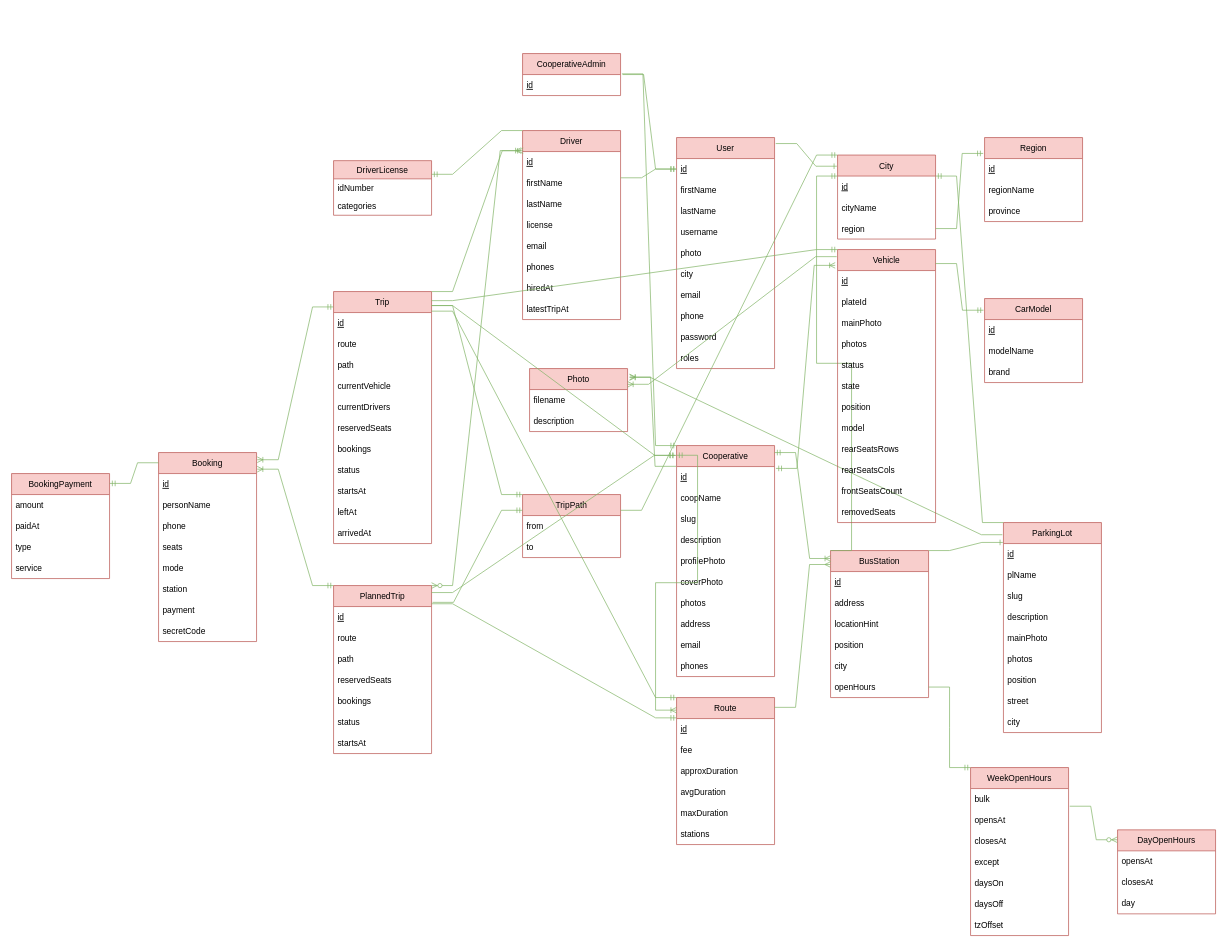
Before: page "Entity-Relation diagram" (1 of 2) of diagrams/zaha-dia.drawio in Grand-projet-INFO4/graphql-api-nestjs-apollo-mongoose-mongodb, a draw.io diagram. Source tidied: cells renumbered, new cells numbered last; positions are measured from the earlier drawing's top-left corner, leaving out a move shared by most shapes. Both pictures are drawn from the tidied source at 70%, with x=0, y=0 at pixel (11, 53).
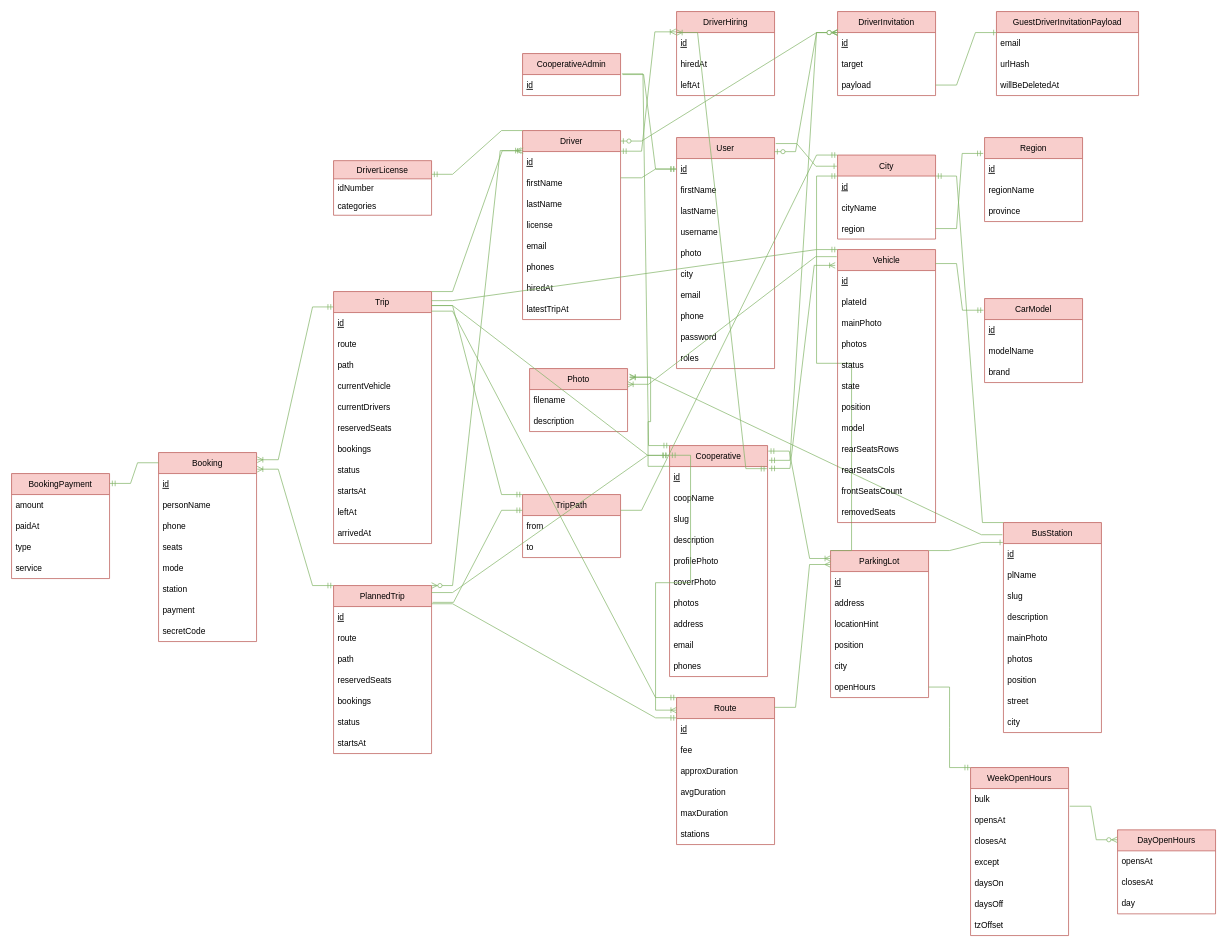
Above is the later version.

The change refers to these unchanged cells:
```xml
<mxCell id="2" value="User" style="swimlane;fontStyle=0;horizontal=1;startSize=30;fillColor=#f8cecc;strokeColor=#b85450;" parent="1" vertex="1">
  <mxGeometry x="950" y="120" width="140" height="330" as="geometry" />
</mxCell>
<mxCell id="27" value="id" style="text;strokeColor=none;fillColor=none;align=left;verticalAlign=middle;spacingLeft=4;spacingRight=4;overflow=hidden;points=[[0,0.5],[1,0.5]];portConstraint=eastwest;fontStyle=4;" parent="26" vertex="1">
  <mxGeometry y="30" width="140" height="30" as="geometry" />
</mxCell>
<mxCell id="37" value="id" style="text;strokeColor=none;fillColor=none;align=left;verticalAlign=middle;spacingLeft=4;spacingRight=4;overflow=hidden;points=[[0,0.5],[1,0.5]];portConstraint=eastwest;fontStyle=4;" parent="36" vertex="1">
  <mxGeometry y="30" width="140" height="30" as="geometry" />
</mxCell>
```

Change to the diagram source:
```diff
@@
     <mxCell id="36" value="Cooperative" style="swimlane;fontStyle=0;horizontal=1;startSize=30;fillColor=#f8cecc;strokeColor=#b85450;" parent="1" vertex="1">
-      <mxGeometry x="950" y="560" width="140" height="330" as="geometry" />
+      <mxGeometry x="940" y="560" width="140" height="330" as="geometry" />
     </mxCell>
@@
-    <mxCell id="51" value="BusStation" style="swimlane;fontStyle=0;horizontal=1;startSize=30;fillColor=#f8cecc;strokeColor=#b85450;" parent="1" vertex="1">
+    <mxCell id="51" value="ParkingLot" style="swimlane;fontStyle=0;horizontal=1;startSize=30;fillColor=#f8cecc;strokeColor=#b85450;" parent="1" vertex="1">
       <mxGeometry x="1170" y="710" width="140" height="210" as="geometry" />
     </mxCell>
@@
-    <mxCell id="58" value="ParkingLot" style="swimlane;fontStyle=0;horizontal=1;startSize=30;fillColor=#f8cecc;strokeColor=#b85450;" parent="1" vertex="1">
+    <mxCell id="58" value="BusStation" style="swimlane;fontStyle=0;horizontal=1;startSize=30;fillColor=#f8cecc;strokeColor=#b85450;" parent="1" vertex="1">
       <mxGeometry x="1417" y="670" width="140" height="300" as="geometry" />
     </mxCell>
@@
-    <mxCell id="160" style="edgeStyle=entityRelationEdgeStyle;fontSize=12;html=1;endArrow=ERoneToMany;startArrow=ERmandOne;rounded=0;fillColor=#d5e8d4;strokeColor=#82b366;entryX=0.001;entryY=0.054;entryDx=0;entryDy=0;entryPerimeter=0;" parent="1" edge="1" target="51">
-      <mxGeometry relative="1" as="geometry">
-        <mxPoint x="1090" y="570" as="sourcePoint" />
-      </mxGeometry>
+    <mxCell id="160" style="edgeStyle=entityRelationEdgeStyle;fontSize=12;html=1;endArrow=ERoneToMany;startArrow=ERmandOne;rounded=0;fillColor=#d5e8d4;strokeColor=#82b366;entryX=0.001;entryY=0.054;entryDx=0;entryDy=0;entryPerimeter=0;exitX=1.007;exitY=0.024;exitDx=0;exitDy=0;exitPerimeter=0;" parent="1" edge="1" source="36" target="51">
+      <mxGeometry relative="1" as="geometry" />
     </mxCell>
@@
+    <mxCell id="171" value="DriverHiring" style="swimlane;fontStyle=0;horizontal=1;startSize=30;fillColor=#f8cecc;strokeColor=#b85450;" parent="1" vertex="1">
+      <mxGeometry x="950" y="-60" width="140" height="120" as="geometry" />
+    </mxCell>
+    <mxCell id="172" value="id" style="text;strokeColor=none;fillColor=none;align=left;verticalAlign=middle;spacingLeft=4;spacingRight=4;overflow=hidden;points=[[0,0.5],[1,0.5]];portConstraint=eastwest;fontStyle=4;" parent="171" vertex="1">
+      <mxGeometry y="30" width="140" height="30" as="geometry" />
+    </mxCell>
+    <mxCell id="173" value="hiredAt" style="text;strokeColor=none;fillColor=none;align=left;verticalAlign=middle;spacingLeft=4;spacingRight=4;overflow=hidden;fontStyle=0;" parent="171" vertex="1">
+      <mxGeometry y="60" width="140" height="30" as="geometry" />
+    </mxCell>
+    <mxCell id="174" value="leftAt" style="text;strokeColor=none;fillColor=none;align=left;verticalAlign=middle;spacingLeft=4;spacingRight=4;overflow=hidden;fontStyle=0;" parent="171" vertex="1">
+      <mxGeometry y="90" width="140" height="30" as="geometry" />
+    </mxCell>
+    <mxCell id="175" style="edgeStyle=entityRelationEdgeStyle;fontSize=12;html=1;endArrow=ERoneToMany;startArrow=ERmandOne;rounded=0;entryX=-0.007;entryY=-0.033;entryDx=0;entryDy=0;entryPerimeter=0;exitX=1;exitY=-0.017;exitDx=0;exitDy=0;exitPerimeter=0;fillColor=#d5e8d4;strokeColor=#82b366;" parent="1" edge="1" source="27" target="172">
+      <mxGeometry relative="1" as="geometry" />
+    </mxCell>
+    <mxCell id="176" style="edgeStyle=entityRelationEdgeStyle;fontSize=12;html=1;endArrow=ERoneToMany;startArrow=ERmandOne;rounded=0;fillColor=#d5e8d4;strokeColor=#82b366;exitX=0.993;exitY=0.1;exitDx=0;exitDy=0;exitPerimeter=0;entryX=0;entryY=0.25;entryDx=0;entryDy=0;" parent="1" edge="1" source="37" target="171">
+      <mxGeometry relative="1" as="geometry" />
+    </mxCell>
+    <mxCell id="177" value="DriverInvitation" style="swimlane;fontStyle=0;horizontal=1;startSize=30;fillColor=#f8cecc;strokeColor=#b85450;" parent="1" vertex="1">
+      <mxGeometry x="1180" y="-60" width="140" height="120" as="geometry" />
+    </mxCell>
+    <mxCell id="178" value="id" style="text;strokeColor=none;fillColor=none;align=left;verticalAlign=middle;spacingLeft=4;spacingRight=4;overflow=hidden;points=[[0,0.5],[1,0.5]];portConstraint=eastwest;fontStyle=4;" parent="177" vertex="1">
+      <mxGeometry y="30" width="140" height="30" as="geometry" />
+    </mxCell>
+    <mxCell id="179" value="target" style="text;strokeColor=none;fillColor=none;align=left;verticalAlign=middle;spacingLeft=4;spacingRight=4;overflow=hidden;fontStyle=0;" parent="177" vertex="1">
+      <mxGeometry y="60" width="140" height="30" as="geometry" />
+    </mxCell>
+    <mxCell id="180" value="payload" style="text;strokeColor=none;fillColor=none;align=left;verticalAlign=middle;spacingLeft=4;spacingRight=4;overflow=hidden;points=[[0,0.5],[1,0.5]];portConstraint=eastwest;fontStyle=0;" parent="177" vertex="1">
+      <mxGeometry y="90" width="140" height="30" as="geometry" />
+    </mxCell>
+    <mxCell id="181" value="GuestDriverInvitationPayload" style="swimlane;fontStyle=0;horizontal=1;startSize=30;fillColor=#f8cecc;strokeColor=#b85450;" parent="1" vertex="1">
+      <mxGeometry x="1407" y="-60" width="203" height="120" as="geometry" />
+    </mxCell>
+    <mxCell id="182" value="email" style="text;strokeColor=none;fillColor=none;align=left;verticalAlign=middle;spacingLeft=4;spacingRight=4;overflow=hidden;fontStyle=0;" parent="181" vertex="1">
+      <mxGeometry y="30" width="203" height="30" as="geometry" />
+    </mxCell>
+    <mxCell id="183" value="urlHash" style="text;strokeColor=none;fillColor=none;align=left;verticalAlign=middle;spacingLeft=4;spacingRight=4;overflow=hidden;fontStyle=0;" parent="181" vertex="1">
+      <mxGeometry y="60" width="203" height="30" as="geometry" />
+    </mxCell>
+    <mxCell id="184" value="willBeDeletedAt" style="text;strokeColor=none;fillColor=none;align=left;verticalAlign=middle;spacingLeft=4;spacingRight=4;overflow=hidden;fontStyle=0;" parent="181" vertex="1">
+      <mxGeometry y="90" width="203" height="30" as="geometry" />
+    </mxCell>
+    <mxCell id="185" style="edgeStyle=entityRelationEdgeStyle;fontSize=12;html=1;endArrow=ERone;endFill=1;rounded=0;exitX=1;exitY=0.5;exitDx=0;exitDy=0;entryX=0;entryY=0.25;entryDx=0;entryDy=0;fillColor=#d5e8d4;strokeColor=#82b366;" parent="1" edge="1" source="180" target="181">
+      <mxGeometry relative="1" as="geometry" />
+    </mxCell>
+    <mxCell id="186" style="edgeStyle=entityRelationEdgeStyle;fontSize=12;html=1;endArrow=ERzeroToMany;startArrow=ERmandOne;rounded=0;entryX=0;entryY=0;entryDx=0;entryDy=0;entryPerimeter=0;exitX=1.014;exitY=0.064;exitDx=0;exitDy=0;fillColor=#d5e8d4;strokeColor=#82b366;exitPerimeter=0;" parent="1" edge="1" source="36" target="178">
+      <mxGeometry relative="1" as="geometry" />
+    </mxCell>
+    <mxCell id="187" style="edgeStyle=entityRelationEdgeStyle;fontSize=12;html=1;endArrow=ERzeroToMany;startArrow=ERzeroToOne;rounded=0;exitX=1;exitY=0.061;exitDx=0;exitDy=0;exitPerimeter=0;fillColor=#d5e8d4;strokeColor=#82b366;" parent="1" edge="1" source="2">
+      <mxGeometry relative="1" as="geometry">
+        <mxPoint x="1180" y="-30" as="targetPoint" />
+      </mxGeometry>
+    </mxCell>
+    <mxCell id="188" style="edgeStyle=entityRelationEdgeStyle;fontSize=12;html=1;endArrow=ERzeroToMany;startArrow=ERzeroToOne;rounded=0;fillColor=#d5e8d4;strokeColor=#82b366;" parent="1" edge="1">
+      <mxGeometry relative="1" as="geometry">
+        <mxPoint x="870" y="125" as="sourcePoint" />
+        <mxPoint x="1180" y="-30" as="targetPoint" />
+      </mxGeometry>
+    </mxCell>
```
